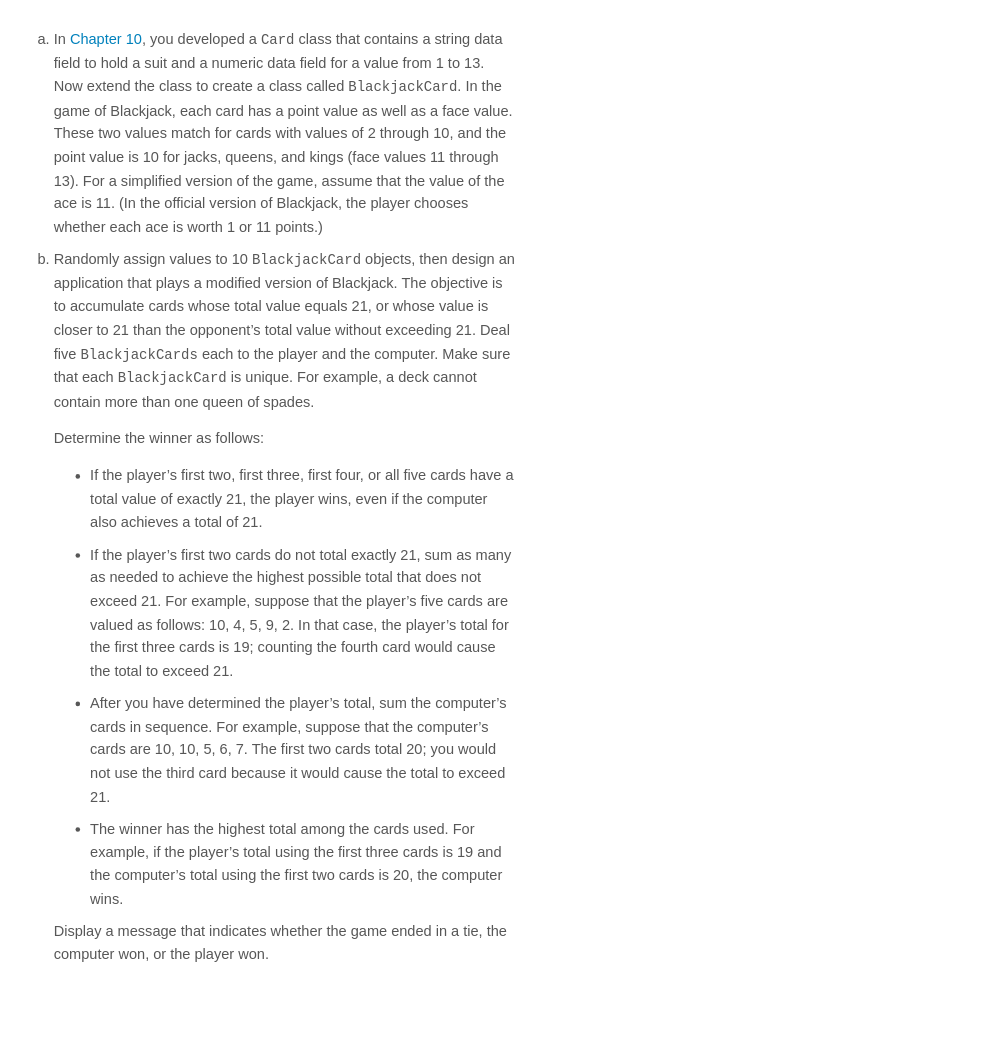
The draw.io diagram Problem Solving/blackjack.drawio in sweetrellish/python_work1, before the edit. Source tidied: cells renumbered, new cells numbered last; positions are measured from the earlier drawing's top-left corner, leaving out a move shared by most shapes. Both pictures are drawn from the tidied source at 91%, with x=0, y=0 at pixel (15, 15).
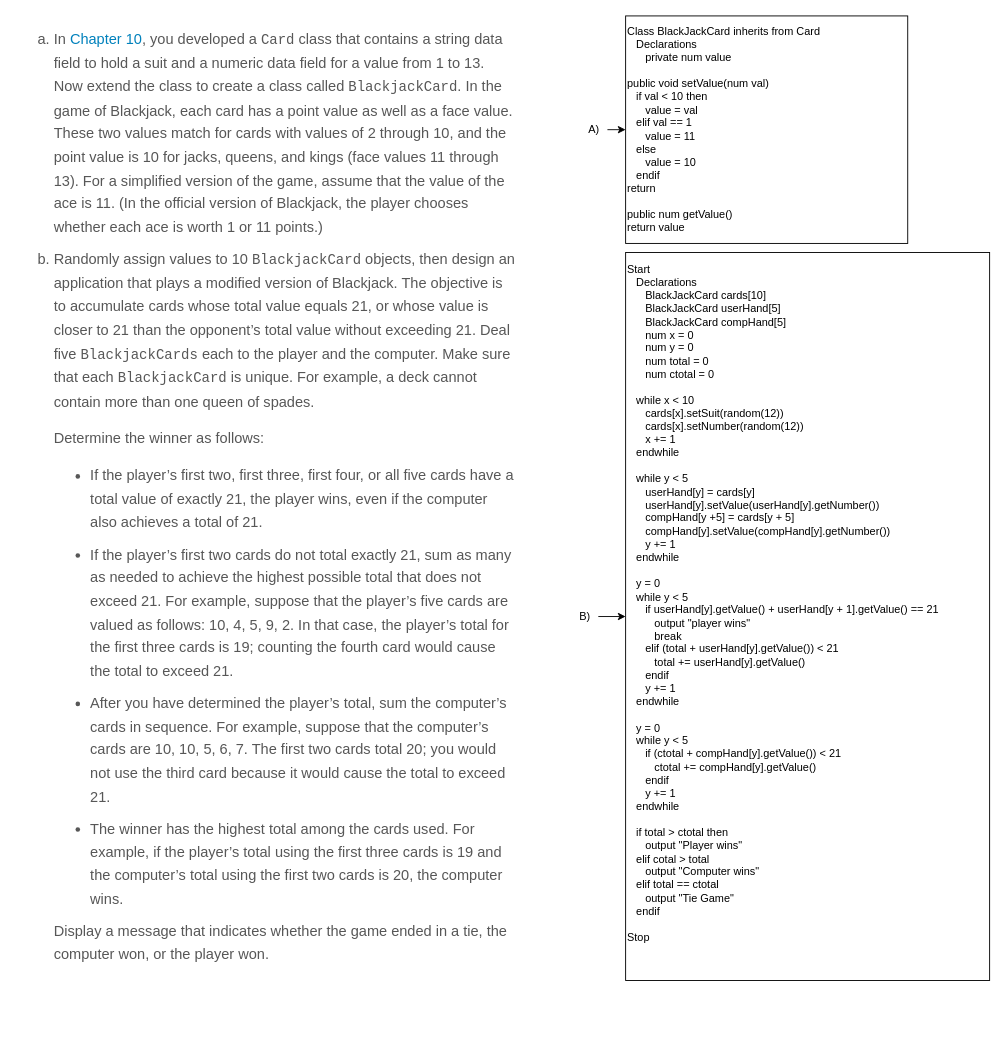
After the change.

The edit, as a diff of the source:
```diff
@@
 <mxGraphModel>
   <root>
     <mxCell id="0" />
     <mxCell id="1" parent="0" />
     <mxCell id="2" value="&lt;ol class=&quot;latin&quot; id=&quot;NRGRAY9LJAZSRPAUK775&quot; style=&quot;box-sizing: border-box; line-height: 1.8; color: rgb(87, 87, 87); padding: 0px 0px 0px 40px; clear: left; margin: 6px 0px; list-style-type: lower-latin; font-size: 16px; font-style: normal; font-weight: 400; letter-spacing: normal; text-align: left; text-indent: 0px; text-transform: none; word-spacing: 0px; background-color: rgb(255, 255, 255);&quot;&gt;&lt;li id=&quot;MSQG9Y9VJZMWYHM84947&quot; style=&quot;box-sizing: border-box ; font-family: , &amp;quot;cambria&amp;quot; , &amp;quot;times new roman&amp;quot; , &amp;quot;times&amp;quot; , serif ; line-height: 1.6 ; color: rgb(87 , 87 , 87) ; margin: 0px 0px 10px ; padding: 0px ; list-style: lower-latin&quot;&gt;&lt;p id=&quot;UFEX28RY4TF9XMLJB988&quot; style=&quot;box-sizing: border-box ; font-family: , &amp;quot;cambria&amp;quot; , &amp;quot;times new roman&amp;quot; , &amp;quot;times&amp;quot; , serif ; line-height: 1.6 ; color: rgb(87 , 87 , 87) ; margin: 0px ; padding: 0px&quot;&gt;In&lt;span&gt;&amp;nbsp;&lt;/span&gt;&lt;a style=&quot;box-sizing: border-box ; color: rgb(0 , 129 , 188) ; text-decoration: none ; background-color: transparent ; overflow-wrap: break-word&quot;&gt;Chapter 10&lt;/a&gt;, you developed a&lt;span&gt;&amp;nbsp;&lt;/span&gt;&lt;span class=&quot;monofont&quot; style=&quot;box-sizing: border-box ; font-family: &amp;quot;andale mono&amp;quot; , &amp;quot;courier new&amp;quot; , &amp;quot;courier&amp;quot; ; font-size: 15.36px&quot;&gt;Card&lt;/span&gt;&lt;span&gt;&amp;nbsp;&lt;/span&gt;class that contains a string data field to hold a suit and a numeric data field for a value from 1 to 13. Now extend the class to create a class called&lt;span&gt;&amp;nbsp;&lt;/span&gt;&lt;span class=&quot;monofont&quot; style=&quot;box-sizing: border-box ; font-family: &amp;quot;andale mono&amp;quot; , &amp;quot;courier new&amp;quot; , &amp;quot;courier&amp;quot; ; font-size: 15.36px&quot;&gt;BlackjackCard&lt;/span&gt;. In the game of Blackjack, each card has a point value as well as a face value. These two values match for cards with values of 2 through 10, and the point value is 10 for jacks, queens, and kings (face values 11 through 13). For a simplified version of the game, assume that the value of the ace is 11. (In the official version of Blackjack, the player chooses whether each ace is worth 1 or 11 points.)&lt;/p&gt;&lt;/li&gt;&lt;li id=&quot;TAQFK14PNUZBGUMYB290&quot; style=&quot;box-sizing: border-box ; font-family: , &amp;quot;cambria&amp;quot; , &amp;quot;times new roman&amp;quot; , &amp;quot;times&amp;quot; , serif ; line-height: 1.6 ; color: rgb(87 , 87 , 87) ; margin: 0px 0px 10px ; padding: 0px ; list-style: lower-latin&quot;&gt;&lt;p id=&quot;VUWCYHZVL9G1Z1CKZ970&quot; style=&quot;box-sizing: border-box ; font-family: , &amp;quot;cambria&amp;quot; , &amp;quot;times new roman&amp;quot; , &amp;quot;times&amp;quot; , serif ; line-height: 1.6 ; color: rgb(87 , 87 , 87) ; margin: 0px 0px 15px ; padding: 0px&quot;&gt;Randomly assign values to 10&lt;span&gt;&amp;nbsp;&lt;/span&gt;&lt;span class=&quot;monofont&quot; style=&quot;box-sizing: border-box ; font-family: &amp;quot;andale mono&amp;quot; , &amp;quot;courier new&amp;quot; , &amp;quot;courier&amp;quot; ; font-size: 15.36px&quot;&gt;BlackjackCard&lt;/span&gt;&lt;span&gt;&amp;nbsp;&lt;/span&gt;objects, then design an application that plays a modified version of Blackjack. The objective is to accumulate cards whose total value equals 21, or whose value is closer to 21 than the opponent’s total value without exceeding 21. Deal five&lt;span&gt;&amp;nbsp;&lt;/span&gt;&lt;span class=&quot;monofont&quot; style=&quot;box-sizing: border-box ; font-family: &amp;quot;andale mono&amp;quot; , &amp;quot;courier new&amp;quot; , &amp;quot;courier&amp;quot; ; font-size: 15.36px&quot;&gt;BlackjackCards&lt;/span&gt;&lt;span&gt;&amp;nbsp;&lt;/span&gt;each to the player and the computer. Make sure that each&lt;span&gt;&amp;nbsp;&lt;/span&gt;&lt;span class=&quot;monofont&quot; style=&quot;box-sizing: border-box ; font-family: &amp;quot;andale mono&amp;quot; , &amp;quot;courier new&amp;quot; , &amp;quot;courier&amp;quot; ; font-size: 15.36px&quot;&gt;BlackjackCard&lt;/span&gt;&lt;span&gt;&amp;nbsp;&lt;/span&gt;is unique. For example, a deck cannot contain more than one queen of spades.&lt;/p&gt;&lt;a name=&quot;PageEnd_505&quot; style=&quot;box-sizing: border-box ; color: rgb(0 , 129 , 188) ; text-decoration: none ; background-color: transparent ; overflow-wrap: break-word&quot;&gt;&lt;/a&gt;&lt;p id=&quot;FQHH0FVTL7K35GFDK007&quot; style=&quot;box-sizing: border-box ; font-family: , &amp;quot;cambria&amp;quot; , &amp;quot;times new roman&amp;quot; , &amp;quot;times&amp;quot; , serif ; line-height: 1.6 ; color: rgb(87 , 87 , 87) ; margin: 0px 0px 15px ; padding: 0px&quot;&gt;Determine the winner as follows:&lt;/p&gt;&lt;ul id=&quot;HZLCM00RJ9V9MXXE1533&quot; style=&quot;box-sizing: border-box ; margin: 6px 0px ; padding: 0px 0px 0px 40px ; list-style: disc ; clear: left&quot;&gt;&lt;li id=&quot;CJGQ8LKY5DTYY9691919&quot; style=&quot;box-sizing: border-box ; font-family: , &amp;quot;cambria&amp;quot; , &amp;quot;times new roman&amp;quot; , &amp;quot;times&amp;quot; , serif ; line-height: 1.6 ; color: rgb(87 , 87 , 87) ; margin: 0px 0px 10px ; padding: 0px ; list-style: disc&quot;&gt;&lt;p id=&quot;SFTE786DWSR22DLHV778&quot; style=&quot;box-sizing: border-box ; font-family: , &amp;quot;cambria&amp;quot; , &amp;quot;times new roman&amp;quot; , &amp;quot;times&amp;quot; , serif ; line-height: 1.6 ; color: rgb(87 , 87 , 87) ; margin: 0px ; padding: 0px&quot;&gt;If the player’s first two, first three, first four, or all five cards have a total value of exactly 21, the player wins, even if the computer also achieves a total of 21.&lt;/p&gt;&lt;/li&gt;&lt;li id=&quot;PUDGK5HZLSPJ3QQDF097&quot; style=&quot;box-sizing: border-box ; font-family: , &amp;quot;cambria&amp;quot; , &amp;quot;times new roman&amp;quot; , &amp;quot;times&amp;quot; , serif ; line-height: 1.6 ; color: rgb(87 , 87 , 87) ; margin: 0px 0px 10px ; padding: 0px ; list-style: disc&quot;&gt;&lt;p id=&quot;KZPGV5AN8C4C087EQ868&quot; style=&quot;box-sizing: border-box ; font-family: , &amp;quot;cambria&amp;quot; , &amp;quot;times new roman&amp;quot; , &amp;quot;times&amp;quot; , serif ; line-height: 1.6 ; color: rgb(87 , 87 , 87) ; margin: 0px ; padding: 0px&quot;&gt;If the player’s first two cards do not total exactly 21, sum as many as needed to achieve the highest possible total that does not exceed 21. For example, suppose that the player’s five cards are valued as follows: 10, 4, 5, 9, 2. In that case, the player’s total for the first three cards is 19; counting the fourth card would cause the total to exceed 21.&lt;/p&gt;&lt;/li&gt;&lt;li id=&quot;KKBUN3D8VNZNCPX5N293&quot; style=&quot;box-sizing: border-box ; font-family: , &amp;quot;cambria&amp;quot; , &amp;quot;times new roman&amp;quot; , &amp;quot;times&amp;quot; , serif ; line-height: 1.6 ; color: rgb(87 , 87 , 87) ; margin: 0px 0px 10px ; padding: 0px ; list-style: disc&quot;&gt;&lt;p id=&quot;CJTQ8AT6A1JLHRGF6422&quot; style=&quot;box-sizing: border-box ; font-family: , &amp;quot;cambria&amp;quot; , &amp;quot;times new roman&amp;quot; , &amp;quot;times&amp;quot; , serif ; line-height: 1.6 ; color: rgb(87 , 87 , 87) ; margin: 0px ; padding: 0px&quot;&gt;After you have determined the player’s total, sum the computer’s cards in sequence. For example, suppose that the computer’s cards are 10, 10, 5, 6, 7. The first two cards total 20; you would not use the third card because it would cause the total to exceed 21.&lt;/p&gt;&lt;/li&gt;&lt;li id=&quot;KCASKJFQESE0W6FHX240&quot; style=&quot;box-sizing: border-box ; font-family: , &amp;quot;cambria&amp;quot; , &amp;quot;times new roman&amp;quot; , &amp;quot;times&amp;quot; , serif ; line-height: 1.6 ; color: rgb(87 , 87 , 87) ; margin: 0px 0px 10px ; padding: 0px ; list-style: disc&quot;&gt;&lt;p id=&quot;BMZVYUVUWNPG9BLMS483&quot; style=&quot;box-sizing: border-box ; font-family: , &amp;quot;cambria&amp;quot; , &amp;quot;times new roman&amp;quot; , &amp;quot;times&amp;quot; , serif ; line-height: 1.6 ; color: rgb(87 , 87 , 87) ; margin: 0px ; padding: 0px&quot;&gt;The winner has the highest total among the cards used. For example, if the player’s total using the first three cards is 19 and the computer’s total using the first two cards is 20, the computer wins.&lt;/p&gt;&lt;/li&gt;&lt;/ul&gt;&lt;p id=&quot;MNPFRMEQ2YLYEWWU0179&quot; style=&quot;box-sizing: border-box ; font-family: , &amp;quot;cambria&amp;quot; , &amp;quot;times new roman&amp;quot; , &amp;quot;times&amp;quot; , serif ; line-height: 1.6 ; color: rgb(87 , 87 , 87) ; margin: 0px 0px 15px ; padding: 0px&quot;&gt;Display a message that indicates whether the game ended in a tie, the computer won, or the player won.&lt;/p&gt;&lt;/li&gt;&lt;/ol&gt;" style="text;whiteSpace=wrap;html=1;" parent="1" vertex="1">
       <mxGeometry width="550" height="1120" as="geometry" />
     </mxCell>
+    <mxCell id="3" value="Class BlackJackCard inherits from Card&lt;br&gt;&amp;nbsp; &amp;nbsp;Declarations&lt;br&gt;&amp;nbsp; &amp;nbsp; &amp;nbsp; private num value&lt;br&gt;&lt;br&gt;public void setValue(num val)&lt;br&gt;&amp;nbsp; &amp;nbsp;if val &amp;lt; 10 then&lt;br&gt;&amp;nbsp; &amp;nbsp; &amp;nbsp; value = val&lt;br&gt;&amp;nbsp; &amp;nbsp;elif val == 1&lt;br&gt;&amp;nbsp; &amp;nbsp; &amp;nbsp; value = 11&lt;br&gt;&amp;nbsp; &amp;nbsp;else&lt;br&gt;&amp;nbsp; &amp;nbsp; &amp;nbsp; value = 10&lt;br&gt;&amp;nbsp; &amp;nbsp;endif&lt;br&gt;return&lt;br&gt;&lt;br&gt;public num getValue()&lt;br&gt;return value" style="whiteSpace=wrap;html=1;align=left;" parent="1" vertex="1">
+      <mxGeometry x="670" width="310" height="250" as="geometry" />
+    </mxCell>
+    <mxCell id="4" style="edgeStyle=none;html=1;" parent="1" edge="1" source="5" target="3">
+      <mxGeometry relative="1" as="geometry" />
+    </mxCell>
+    <mxCell id="5" value="A)" style="text;html=1;align=center;verticalAlign=middle;points=[];strokeColor=none;fillColor=none;" parent="1" vertex="1">
+      <mxGeometry x="620" y="115" width="30" height="20" as="geometry" />
+    </mxCell>
+    <mxCell id="6" style="edgeStyle=none;html=1;" parent="1" edge="1" source="7" target="8">
+      <mxGeometry relative="1" as="geometry" />
+    </mxCell>
+    <mxCell id="7" value="B)" style="text;html=1;align=center;verticalAlign=middle;points=[];strokeColor=none;fillColor=none;" parent="1" vertex="1">
+      <mxGeometry x="610" y="650" width="30" height="20" as="geometry" />
+    </mxCell>
+    <mxCell id="8" value="Start&amp;nbsp;&lt;br&gt;&amp;nbsp; &amp;nbsp;Declarations&lt;br&gt;&amp;nbsp; &amp;nbsp; &amp;nbsp; BlackJackCard cards[10]&lt;br&gt;&amp;nbsp; &amp;nbsp; &amp;nbsp; BlackJackCard userHand[5]&lt;br&gt;&amp;nbsp; &amp;nbsp; &amp;nbsp; BlackJackCard compHand[5]&lt;br&gt;&amp;nbsp; &amp;nbsp; &amp;nbsp; num x = 0&amp;nbsp;&lt;br&gt;&amp;nbsp; &amp;nbsp; &amp;nbsp; num y = 0&lt;br&gt;&amp;nbsp; &amp;nbsp; &amp;nbsp; num total = 0&lt;br&gt;&amp;nbsp; &amp;nbsp; &amp;nbsp; num ctotal = 0&lt;br&gt;&lt;br&gt;&amp;nbsp; &amp;nbsp;while x &amp;lt; 10&lt;br&gt;&amp;nbsp; &amp;nbsp; &amp;nbsp; cards[x].setSuit(random(12))&lt;br&gt;&amp;nbsp; &amp;nbsp; &amp;nbsp; cards[x].setNumber(random(12))&lt;br&gt;&amp;nbsp; &amp;nbsp; &amp;nbsp; x += 1&lt;br&gt;&amp;nbsp; &amp;nbsp;endwhile&lt;br&gt;&amp;nbsp; &amp;nbsp;&lt;br&gt;&amp;nbsp; &amp;nbsp;while y &amp;lt; 5&lt;br&gt;&amp;nbsp; &amp;nbsp; &amp;nbsp; userHand[y] = cards[y]&lt;br&gt;&amp;nbsp; &amp;nbsp; &amp;nbsp; userHand[y].setValue(userHand[y].getNumber())&lt;br&gt;&amp;nbsp; &amp;nbsp; &amp;nbsp; compHand[y +5] = cards[y + 5]&lt;br&gt;&amp;nbsp; &amp;nbsp; &amp;nbsp; compHand[y].setValue(compHand[y].getNumber())&lt;br&gt;&amp;nbsp; &amp;nbsp; &amp;nbsp; y += 1&lt;br&gt;&amp;nbsp; &amp;nbsp;endwhile&lt;br&gt;&amp;nbsp; &amp;nbsp;&lt;br&gt;&amp;nbsp; &amp;nbsp;y = 0&lt;br&gt;&amp;nbsp; &amp;nbsp;while y &amp;lt; 5&lt;br&gt;&amp;nbsp; &amp;nbsp; &amp;nbsp; if userHand[y].getValue() + userHand[y + 1].getValue() == 21&lt;br&gt;&amp;nbsp; &amp;nbsp; &amp;nbsp; &amp;nbsp; &amp;nbsp;output &quot;player wins&quot;&lt;br&gt;&amp;nbsp; &amp;nbsp; &amp;nbsp; &amp;nbsp; &amp;nbsp;break&lt;br&gt;&amp;nbsp; &amp;nbsp; &amp;nbsp; elif (total + userHand[y].getValue()) &amp;lt; 21&lt;br&gt;&amp;nbsp; &amp;nbsp; &amp;nbsp; &amp;nbsp; &amp;nbsp;total += userHand[y].getValue()&lt;br&gt;&amp;nbsp; &amp;nbsp; &amp;nbsp; endif&lt;br&gt;&amp;nbsp; &amp;nbsp; &amp;nbsp; y += 1&lt;br&gt;&amp;nbsp; &amp;nbsp;endwhile&lt;br&gt;&lt;br&gt;&amp;nbsp; &amp;nbsp;y = 0&lt;br&gt;&amp;nbsp; &amp;nbsp;while y &amp;lt; 5&lt;br&gt;&amp;nbsp; &amp;nbsp; &amp;nbsp; if (ctotal + compHand[y].getValue()) &amp;lt; 21&lt;br&gt;&amp;nbsp; &amp;nbsp; &amp;nbsp; &amp;nbsp; &amp;nbsp;ctotal += compHand[y].getValue()&lt;br&gt;&amp;nbsp; &amp;nbsp; &amp;nbsp; endif&lt;br&gt;&amp;nbsp; &amp;nbsp; &amp;nbsp; y += 1&lt;br&gt;&amp;nbsp; &amp;nbsp;endwhile&lt;br&gt;&lt;br&gt;&amp;nbsp; &amp;nbsp;if total &amp;gt; ctotal then&lt;br&gt;&amp;nbsp; &amp;nbsp; &amp;nbsp; output &quot;Player wins&quot;&lt;br&gt;&amp;nbsp; &amp;nbsp;elif cotal &amp;gt; total&amp;nbsp;&lt;br&gt;&amp;nbsp; &amp;nbsp; &amp;nbsp; output &quot;Computer wins&quot;&lt;br&gt;&amp;nbsp; &amp;nbsp;elif total == ctotal&amp;nbsp;&lt;br&gt;&amp;nbsp; &amp;nbsp; &amp;nbsp; output &quot;Tie Game&quot;&lt;br&gt;&amp;nbsp; &amp;nbsp;endif&lt;br&gt;&lt;br&gt;Stop&lt;br&gt;&amp;nbsp; &amp;nbsp; &amp;nbsp;&amp;nbsp;&lt;br&gt;&amp;nbsp; &amp;nbsp; &amp;nbsp;&amp;nbsp;" style="whiteSpace=wrap;html=1;align=left;" parent="1" vertex="1">
+      <mxGeometry x="670" y="260" width="400" height="800" as="geometry" />
+    </mxCell>
   </root>
 </mxGraphModel>
```
